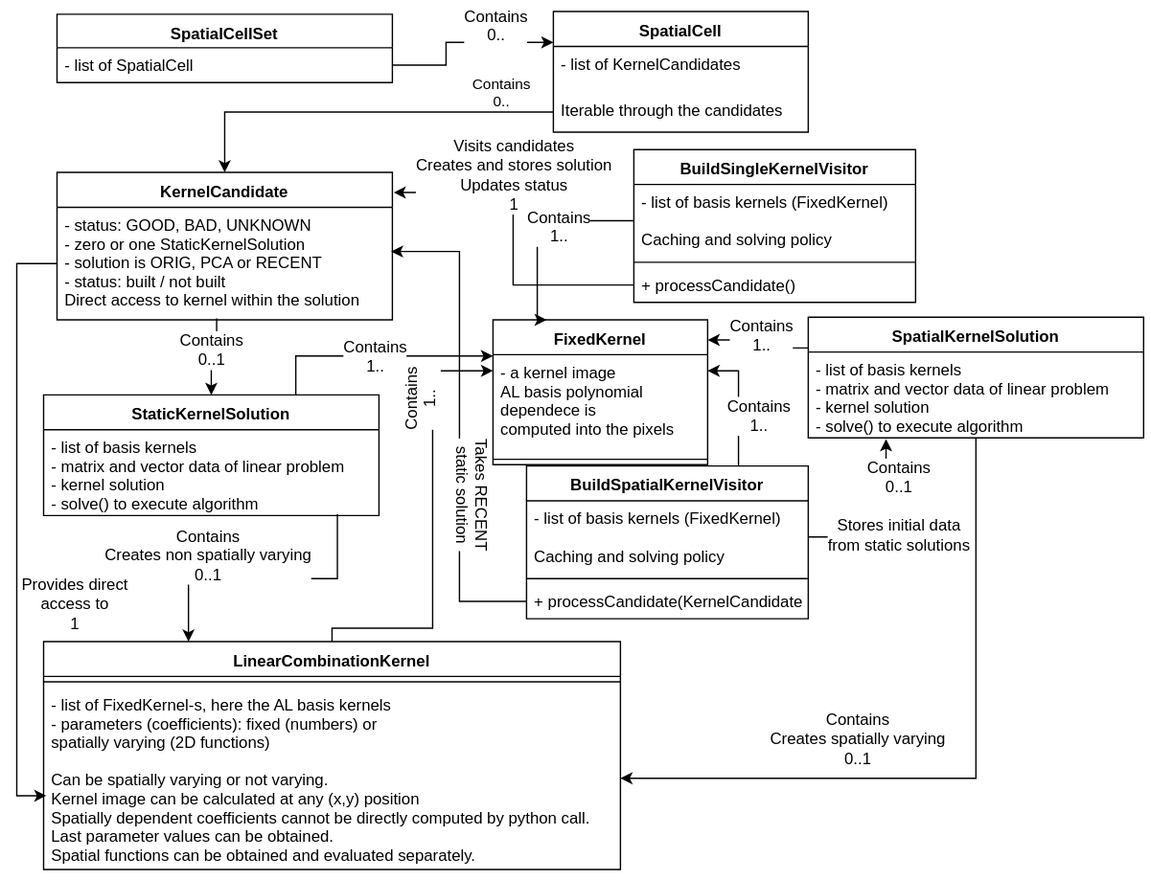
lsst-dm/diffimTests keeps this draw.io diagram as tickets/DM-19443_visualize_coefficients/AL_kernel_solution_classes.svg. Above is the earlier version. Source tidied: cells renumbered, new cells last; positions are measured from the earlier drawing's top-left corner, leaving out a move shared by most shapes.
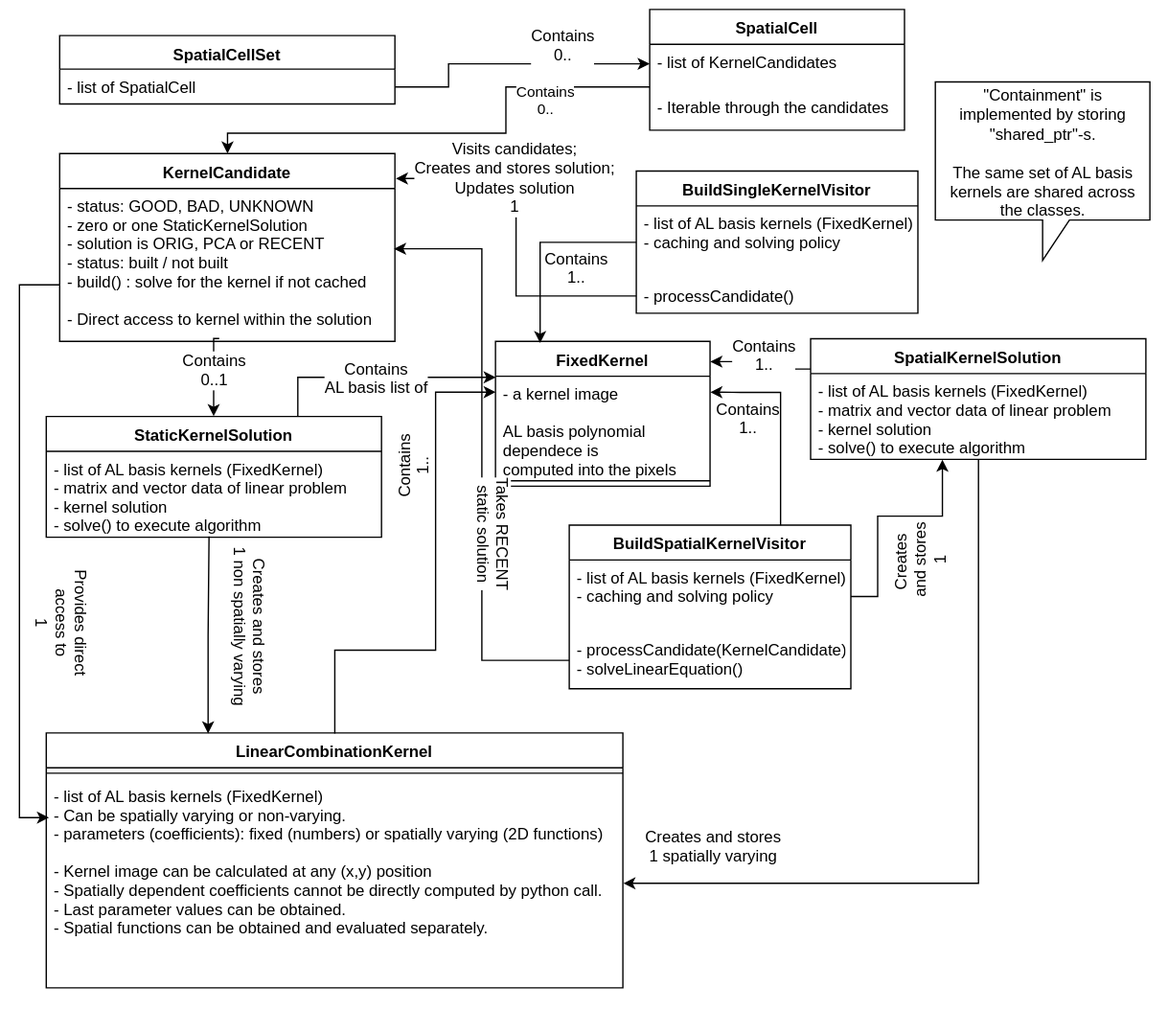
After the commit.

Commit message:
Update AL kernel solution classes.

The edit, as a diff of the source:
```diff
@@ -11,9 +11,9 @@
     <mxCell id="4" value="KernelCandidate" style="swimlane;fontStyle=1;align=center;verticalAlign=top;horizontal=1;startSize=26;" parent="1" vertex="1">
-      <mxGeometry x="30" y="120" width="250" height="110" as="geometry" />
+      <mxGeometry x="30" y="90" width="250" height="140" as="geometry" />
     </mxCell>
-    <mxCell id="5" value="- status: GOOD, BAD, UNKNOWN&#10;- zero or one StaticKernelSolution&#10;- solution is ORIG, PCA or RECENT&#10;- status: built / not built&#10;Direct access to kernel within the solution&#10;&#10;" style="text;strokeColor=none;fillColor=none;align=left;verticalAlign=top;spacingLeft=4;spacingRight=4;overflow=hidden;points=[[0,0.5],[1,0.5]];portConstraint=eastwest;" parent="4" vertex="1">
-      <mxGeometry y="26" width="250" height="84" as="geometry" />
+    <mxCell id="5" value="- status: GOOD, BAD, UNKNOWN&#10;- zero or one StaticKernelSolution&#10;- solution is ORIG, PCA or RECENT&#10;- status: built / not built&#10;- build() : solve for the kernel if not cached&#10;&#10;- Direct access to kernel within the solution&#10;&#10;" style="text;strokeColor=none;fillColor=none;align=left;verticalAlign=top;spacingLeft=4;spacingRight=4;overflow=hidden;points=[[0,0.5],[1,0.5]];portConstraint=eastwest;" parent="4" vertex="1">
+      <mxGeometry y="26" width="250" height="114" as="geometry" />
     </mxCell>
     <mxCell id="6" value="LinearCombinationKernel" style="swimlane;fontStyle=1;align=center;verticalAlign=top;horizontal=1;startSize=26;" parent="1" vertex="1">
-      <mxGeometry x="20" y="470" width="430" height="170" as="geometry" />
+      <mxGeometry x="20" y="522" width="430" height="190" as="geometry" />
     </mxCell>
@@ -22,19 +22,16 @@
     </mxCell>
-    <mxCell id="8" value="- list of FixedKernel-s, here the AL basis kernels&#10;- parameters (coefficients): fixed (numbers) or &#10;spatially varying (2D functions)&#10;&#10;Can be spatially varying or not varying.&#10;Kernel image can be calculated at any (x,y) position&#10;Spatially dependent coefficients cannot be directly computed by python call.&#10;Last parameter values can be obtained.&#10;Spatial functions can be obtained and evaluated separately.&#10;&#10;" style="text;strokeColor=none;fillColor=none;align=left;verticalAlign=top;spacingLeft=4;spacingRight=4;overflow=hidden;points=[[0,0.5],[1,0.5]];portConstraint=eastwest;" parent="6" vertex="1">
-      <mxGeometry y="34" width="430" height="136" as="geometry" />
+    <mxCell id="8" value="- list of AL basis kernels (FixedKernel)&#10;- Can be spatially varying or non-varying. &#10;- parameters (coefficients): fixed (numbers) or spatially varying (2D functions)&#10;&#10;- Kernel image can be calculated at any (x,y) position&#10;- Spatially dependent coefficients cannot be directly computed by python call.&#10;- Last parameter values can be obtained.&#10;- Spatial functions can be obtained and evaluated separately.&#10;&#10;" style="text;strokeColor=none;fillColor=none;align=left;verticalAlign=top;spacingLeft=4;spacingRight=4;overflow=hidden;points=[[0,0.5],[1,0.5]];portConstraint=eastwest;" parent="6" vertex="1">
+      <mxGeometry y="34" width="430" height="156" as="geometry" />
     </mxCell>
     <mxCell id="9" value="BuildSingleKernelVisitor" style="swimlane;fontStyle=1;align=center;verticalAlign=top;horizontal=1;startSize=26;" parent="1" vertex="1">
-      <mxGeometry x="460" y="103" width="210" height="114" as="geometry" />
+      <mxGeometry x="460" y="103" width="210" height="106" as="geometry" />
     </mxCell>
-    <mxCell id="10" value="- list of basis kernels (FixedKernel)&#10;&#10;Caching and solving policy&#10;" style="text;strokeColor=none;fillColor=none;align=left;verticalAlign=top;spacingLeft=4;spacingRight=4;overflow=hidden;points=[[0,0.5],[1,0.5]];portConstraint=eastwest;" parent="9" vertex="1">
+    <mxCell id="10" value="- list of AL basis kernels (FixedKernel)&#10;- caching and solving policy&#10;" style="text;strokeColor=none;fillColor=none;align=left;verticalAlign=top;spacingLeft=4;spacingRight=4;overflow=hidden;points=[[0,0.5],[1,0.5]];portConstraint=eastwest;" parent="9" vertex="1">
       <mxGeometry y="26" width="210" height="54" as="geometry" />
     </mxCell>
-    <mxCell id="11" style="line;strokeWidth=1;fillColor=none;align=left;verticalAlign=middle;spacingTop=-1;spacingLeft=3;spacingRight=3;labelPosition=right;" parent="9" vertex="1">
-      <mxGeometry y="80" width="210" height="8" as="geometry" />
-    </mxCell>
-    <mxCell id="12" value="+ processCandidate()" style="text;strokeColor=none;fillColor=none;align=left;verticalAlign=top;spacingLeft=4;spacingRight=4;overflow=hidden;points=[[0,0.5],[1,0.5]];portConstraint=eastwest;" parent="9" vertex="1">
-      <mxGeometry y="88" width="210" height="26" as="geometry" />
+    <mxCell id="12" value="- processCandidate()" style="text;strokeColor=none;fillColor=none;align=left;verticalAlign=top;spacingLeft=4;spacingRight=4;overflow=hidden;points=[[0,0.5],[1,0.5]];portConstraint=eastwest;" parent="9" vertex="1">
+      <mxGeometry y="80" width="210" height="26" as="geometry" />
     </mxCell>
     <mxCell id="13" value="SpatialCell" style="swimlane;fontStyle=1;align=center;verticalAlign=top;horizontal=1;startSize=26;" parent="1" vertex="1">
-      <mxGeometry x="400" width="190" height="90" as="geometry" />
+      <mxGeometry x="470" y="-17.5" width="190" height="90" as="geometry" />
     </mxCell>
@@ -43,6 +40,6 @@
     </mxCell>
-    <mxCell id="15" value="Iterable through the candidates&#10;" style="text;strokeColor=none;fillColor=none;align=left;verticalAlign=top;spacingLeft=4;spacingRight=4;overflow=hidden;points=[[0,0.5],[1,0.5]];portConstraint=eastwest;" parent="13" vertex="1">
+    <mxCell id="15" value="- Iterable through the candidates&#10;" style="text;strokeColor=none;fillColor=none;align=left;verticalAlign=top;spacingLeft=4;spacingRight=4;overflow=hidden;points=[[0,0.5],[1,0.5]];portConstraint=eastwest;" parent="13" vertex="1">
       <mxGeometry y="60" width="190" height="30" as="geometry" />
     </mxCell>
-    <mxCell id="16" value="Contains&lt;br&gt;1..&lt;br&gt;" style="edgeStyle=orthogonalEdgeStyle;rounded=0;jettySize=auto;html=1;exitX=0.75;exitY=0;exitDx=0;exitDy=0;entryX=0;entryY=0.25;entryDx=0;entryDy=0;fontSize=12;" parent="1" edge="1" source="17" target="19">
+    <mxCell id="16" value="Contains&lt;br&gt;AL basis list of&lt;br&gt;" style="edgeStyle=orthogonalEdgeStyle;rounded=0;jettySize=auto;html=1;exitX=0.75;exitY=0;exitDx=0;exitDy=0;entryX=0;entryY=0.25;entryDx=0;entryDy=0;fontSize=12;" parent="1" edge="1" source="17" target="19">
       <mxGeometry relative="1" as="geometry" />
@@ -52,3 +49,3 @@
     </mxCell>
-    <mxCell id="18" value="- list of basis kernels&#10;- matrix and vector data of linear problem&#10;- kernel solution&#10;- solve() to execute algorithm&#10;" style="text;strokeColor=none;fillColor=none;align=left;verticalAlign=top;spacingLeft=4;spacingRight=4;overflow=hidden;points=[[0,0.5],[1,0.5]];portConstraint=eastwest;" parent="17" vertex="1">
+    <mxCell id="18" value="- list of AL basis kernels (FixedKernel)&#10;- matrix and vector data of linear problem&#10;- kernel solution&#10;- solve() to execute algorithm&#10;" style="text;strokeColor=none;fillColor=none;align=left;verticalAlign=top;spacingLeft=4;spacingRight=4;overflow=hidden;points=[[0,0.5],[1,0.5]];portConstraint=eastwest;" parent="17" vertex="1">
       <mxGeometry y="26" width="250" height="64" as="geometry" />
@@ -58,3 +55,3 @@
     </mxCell>
-    <mxCell id="20" value="- a kernel image&#10;AL basis polynomial &#10;dependece is&#10;computed into the pixels" style="text;strokeColor=none;fillColor=none;align=left;verticalAlign=top;spacingLeft=4;spacingRight=4;overflow=hidden;" parent="19" vertex="1">
+    <mxCell id="20" value="- a kernel image&#10;&#10;AL basis polynomial &#10;dependece is&#10;computed into the pixels" style="text;strokeColor=none;fillColor=none;align=left;verticalAlign=top;spacingLeft=4;spacingRight=4;overflow=hidden;" parent="19" vertex="1">
       <mxGeometry y="26" width="160" height="74" as="geometry" />
@@ -64,3 +61,3 @@
     </mxCell>
-    <mxCell id="22" style="edgeStyle=orthogonalEdgeStyle;rounded=0;jettySize=auto;html=1;exitX=1;exitY=0.5;exitDx=0;exitDy=0;entryX=0;entryY=0.25;entryDx=0;entryDy=0;" parent="1" edge="1" source="3" target="13">
+    <mxCell id="22" style="edgeStyle=orthogonalEdgeStyle;rounded=0;jettySize=auto;html=1;exitX=1;exitY=0.5;exitDx=0;exitDy=0;" parent="1" edge="1" source="3" target="14">
       <mxGeometry relative="1" as="geometry">
@@ -80,5 +77,5 @@
     </mxCell>
-    <mxCell id="25" value="Visits candidates&lt;br&gt;Creates and stores solution&lt;br&gt;Updates status&lt;br&gt;1&lt;br&gt;" style="text;html=1;align=center;verticalAlign=middle;labelBackgroundColor=#ffffff;rotation=0;" parent="24" vertex="1">
+    <mxCell id="25" value="Visits candidates;&lt;br&gt;Creates and stores solution;&lt;br&gt;Updates solution&lt;br&gt;1&lt;br&gt;" style="text;html=1;align=center;verticalAlign=middle;labelBackgroundColor=#ffffff;rotation=0;" parent="24" vertex="1">
       <mxGeometry x="0.34" y="-2" relative="1" as="geometry">
-        <mxPoint x="8" y="-13" as="offset" />
+        <mxPoint x="1" as="offset" />
       </mxGeometry>
@@ -86,3 +83,7 @@
     <mxCell id="26" style="edgeStyle=orthogonalEdgeStyle;rounded=0;jettySize=auto;html=1;entryX=0.5;entryY=0;entryDx=0;entryDy=0;exitX=0.476;exitY=0.984;exitDx=0;exitDy=0;exitPerimeter=0;" parent="1" edge="1" source="5" target="17">
-      <mxGeometry relative="1" as="geometry" />
+      <mxGeometry relative="1" as="geometry">
+        <Array as="points">
+          <mxPoint x="145" y="228" />
+        </Array>
+      </mxGeometry>
     </mxCell>
@@ -93,5 +94,7 @@
     </mxCell>
-    <mxCell id="28" value="Contains&lt;br&gt;0..&lt;br&gt;" style="edgeStyle=orthogonalEdgeStyle;rounded=0;jettySize=auto;html=1;entryX=0.5;entryY=0;entryDx=0;entryDy=0;exitX=0;exitY=0.5;exitDx=0;exitDy=0;" parent="1" edge="1" source="15" target="4">
-      <mxGeometry x="-0.73" y="-15" relative="1" as="geometry">
+    <mxCell id="28" value="Contains&lt;br&gt;0..&lt;br&gt;" style="edgeStyle=orthogonalEdgeStyle;rounded=0;jettySize=auto;html=1;entryX=0.5;entryY=0;entryDx=0;entryDy=0;" parent="1" edge="1" source="13" target="4">
+      <mxGeometry x="-0.58" y="10" relative="1" as="geometry">
         <Array as="points">
+          <mxPoint x="363" y="40" />
+          <mxPoint x="363" y="75" />
           <mxPoint x="155" y="75" />
@@ -101,15 +104,12 @@
     <mxCell id="29" value="BuildSpatialKernelVisitor" style="swimlane;fontStyle=1;align=center;verticalAlign=top;horizontal=1;startSize=26;" parent="1" vertex="1">
-      <mxGeometry x="380" y="339" width="210" height="114" as="geometry" />
+      <mxGeometry x="410" y="367" width="210" height="122" as="geometry" />
     </mxCell>
-    <mxCell id="30" value="- list of basis kernels (FixedKernel)&#10;&#10;Caching and solving policy&#10;" style="text;strokeColor=none;fillColor=none;align=left;verticalAlign=top;spacingLeft=4;spacingRight=4;overflow=hidden;points=[[0,0.5],[1,0.5]];portConstraint=eastwest;" parent="29" vertex="1">
+    <mxCell id="30" value="- list of AL basis kernels (FixedKernel)&#10;- caching and solving policy&#10;" style="text;strokeColor=none;fillColor=none;align=left;verticalAlign=top;spacingLeft=4;spacingRight=4;overflow=hidden;points=[[0,0.5],[1,0.5]];portConstraint=eastwest;" parent="29" vertex="1">
       <mxGeometry y="26" width="210" height="54" as="geometry" />
     </mxCell>
-    <mxCell id="31" style="line;strokeWidth=1;fillColor=none;align=left;verticalAlign=middle;spacingTop=-1;spacingLeft=3;spacingRight=3;labelPosition=right;" parent="29" vertex="1">
-      <mxGeometry y="80" width="210" height="8" as="geometry" />
-    </mxCell>
-    <mxCell id="32" value="+ processCandidate(KernelCandidate)" style="text;strokeColor=none;fillColor=none;align=left;verticalAlign=top;spacingLeft=4;spacingRight=4;overflow=hidden;points=[[0,0.5],[1,0.5]];portConstraint=eastwest;" parent="29" vertex="1">
-      <mxGeometry y="88" width="210" height="26" as="geometry" />
+    <mxCell id="32" value="- processCandidate(KernelCandidate)&#10;- solveLinearEquation()&#10;" style="text;strokeColor=none;fillColor=none;align=left;verticalAlign=top;spacingLeft=4;spacingRight=4;overflow=hidden;points=[[0,0.5],[1,0.5]];portConstraint=eastwest;" parent="29" vertex="1">
+      <mxGeometry y="80" width="210" height="42" as="geometry" />
     </mxCell>
-    <mxCell id="33" value="Contains&lt;br&gt;Creates spatially varying&lt;br style=&quot;font-size: 12px&quot;&gt;0..1&lt;br style=&quot;font-size: 12px&quot;&gt;" style="edgeStyle=orthogonalEdgeStyle;rounded=0;jettySize=auto;html=1;entryX=1;entryY=0.5;entryDx=0;entryDy=0;fontSize=12;" parent="1" edge="1" source="36" target="8">
-      <mxGeometry x="0.32" y="-30" relative="1" as="geometry" />
+    <mxCell id="33" value="Creates and stores&lt;br&gt;1 spatially varying&lt;br style=&quot;font-size: 12px&quot;&gt;" style="edgeStyle=orthogonalEdgeStyle;rounded=0;jettySize=auto;html=1;entryX=1;entryY=0.5;entryDx=0;entryDy=0;fontSize=12;" parent="1" edge="1" source="36" target="8">
+      <mxGeometry x="0.77" y="-28" relative="1" as="geometry" />
     </mxCell>
@@ -132,3 +132,3 @@
     </mxCell>
-    <mxCell id="37" value="- list of basis kernels&#10;- matrix and vector data of linear problem&#10;- kernel solution&#10;- solve() to execute algorithm&#10;" style="text;strokeColor=none;fillColor=none;align=left;verticalAlign=top;spacingLeft=4;spacingRight=4;overflow=hidden;points=[[0,0.5],[1,0.5]];portConstraint=eastwest;" parent="36" vertex="1">
+    <mxCell id="37" value="- list of AL basis kernels (FixedKernel)&#10;- matrix and vector data of linear problem&#10;- kernel solution&#10;- solve() to execute algorithm&#10;" style="text;strokeColor=none;fillColor=none;align=left;verticalAlign=top;spacingLeft=4;spacingRight=4;overflow=hidden;points=[[0,0.5],[1,0.5]];portConstraint=eastwest;" parent="36" vertex="1">
       <mxGeometry y="26" width="250" height="64" as="geometry" />
@@ -147,13 +147,5 @@
       <mxGeometry x="0.72" relative="1" as="geometry">
-        <mxPoint x="-10" y="21" as="offset" />
+        <mxPoint x="-17" y="49" as="offset" />
       </mxGeometry>
     </mxCell>
-    <mxCell id="40" value="Contains&lt;br style=&quot;font-size: 12px&quot;&gt;Creates non spatially varying&lt;br style=&quot;font-size: 12px&quot;&gt;0..1&lt;br style=&quot;font-size: 12px&quot;&gt;" style="edgeStyle=orthogonalEdgeStyle;rounded=0;jettySize=auto;html=1;exitX=0.876;exitY=0.981;exitDx=0;exitDy=0;entryX=0.25;entryY=0;entryDx=0;entryDy=0;fontSize=12;exitPerimeter=0;" parent="1" edge="1" source="18" target="6">
-      <mxGeometry x="0.4" y="-18" relative="1" as="geometry" />
-    </mxCell>
-    <mxCell id="41" value="Contains&lt;br style=&quot;font-size: 12px&quot;&gt;0..1&lt;br&gt;&lt;br&gt;Stores initial data&lt;br&gt;from static solutions&lt;br style=&quot;font-size: 12px&quot;&gt;" style="edgeStyle=orthogonalEdgeStyle;rounded=0;jettySize=auto;html=1;exitX=1;exitY=0.5;exitDx=0;exitDy=0;entryX=0.232;entryY=1.023;entryDx=0;entryDy=0;entryPerimeter=0;fontSize=12;" parent="1" edge="1" source="30" target="37">
-      <mxGeometry x="-0.15" y="12" relative="1" as="geometry">
-        <mxPoint x="12" y="-12" as="offset" />
-      </mxGeometry>
-    </mxCell>
     <mxCell id="42" style="edgeStyle=orthogonalEdgeStyle;rounded=0;jettySize=auto;html=1;exitX=0.75;exitY=0;exitDx=0;exitDy=0;" parent="1" edge="1" source="29">
@@ -168,6 +160,6 @@
       <mxGeometry x="0.29" y="1" relative="1" as="geometry">
-        <mxPoint x="16" y="21" as="offset" />
+        <mxPoint x="-23" y="16.5" as="offset" />
       </mxGeometry>
     </mxCell>
-    <mxCell id="44" style="edgeStyle=orthogonalEdgeStyle;rounded=0;jettySize=auto;html=1;exitX=0;exitY=0.5;exitDx=0;exitDy=0;entryX=0.25;entryY=0;entryDx=0;entryDy=0;" parent="1" edge="1" source="10" target="19">
+    <mxCell id="44" style="edgeStyle=orthogonalEdgeStyle;rounded=0;jettySize=auto;html=1;exitX=0;exitY=0.5;exitDx=0;exitDy=0;entryX=0.206;entryY=0.009;entryDx=0;entryDy=0;entryPerimeter=0;" parent="1" edge="1" source="10" target="19">
       <mxGeometry relative="1" as="geometry">
@@ -179,3 +171,5 @@
     <mxCell id="45" value="Contains&lt;br&gt;1..&lt;br&gt;" style="text;html=1;align=center;verticalAlign=middle;labelBackgroundColor=#ffffff;" parent="44" vertex="1">
-      <mxGeometry x="-0.27" y="3" relative="1" as="geometry" />
+      <mxGeometry x="-0.27" y="3" relative="1" as="geometry">
+        <mxPoint x="9" y="16" as="offset" />
+      </mxGeometry>
     </mxCell>
@@ -189,4 +183,5 @@
     </mxCell>
-    <mxCell id="48" style="edgeStyle=orthogonalEdgeStyle;rounded=0;jettySize=auto;html=1;entryX=0.005;entryY=0.596;entryDx=0;entryDy=0;entryPerimeter=0;" parent="1" edge="1" source="5" target="8">
+    <mxCell id="48" style="edgeStyle=orthogonalEdgeStyle;rounded=0;jettySize=auto;html=1;" parent="1" edge="1" source="5">
       <mxGeometry relative="1" as="geometry">
+        <mxPoint x="22" y="585" as="targetPoint" />
         <Array as="points">
@@ -197,7 +192,39 @@
     </mxCell>
-    <mxCell id="49" value="Provides direct&lt;br&gt;access to&lt;br&gt;1&lt;br&gt;" style="text;html=1;align=center;verticalAlign=middle;labelBackgroundColor=#ffffff;" parent="48" vertex="1">
+    <mxCell id="49" value="Provides direct&lt;br&gt;access to&lt;br&gt;1&lt;br&gt;" style="text;html=1;align=center;verticalAlign=middle;labelBackgroundColor=#ffffff;rotation=90;" parent="48" vertex="1">
       <mxGeometry x="0.1" y="3" relative="1" as="geometry">
-        <mxPoint x="40" y="35" as="offset" />
+        <mxPoint x="30" y="35" as="offset" />
       </mxGeometry>
     </mxCell>
+    <mxCell id="50" style="edgeStyle=orthogonalEdgeStyle;rounded=0;jettySize=auto;html=1;" parent="1" edge="1" source="30">
+      <mxGeometry relative="1" as="geometry">
+        <mxPoint x="688" y="318" as="targetPoint" />
+        <Array as="points">
+          <mxPoint x="640" y="420" />
+          <mxPoint x="640" y="360" />
+          <mxPoint x="688" y="360" />
+        </Array>
+      </mxGeometry>
+    </mxCell>
+    <mxCell id="51" value="Creates&amp;nbsp;&lt;br&gt;and stores&lt;br&gt;1&lt;br&gt;" style="text;html=1;align=center;verticalAlign=middle;labelBackgroundColor=#ffffff;rotation=-90;" parent="50" vertex="1">
+      <mxGeometry x="0.04" y="3" relative="1" as="geometry">
+        <mxPoint x="21.5" y="36" as="offset" />
+      </mxGeometry>
+    </mxCell>
+    <mxCell id="52" value="&quot;Containment&quot; is implemented by storing &quot;shared_ptr&quot;-s. &lt;br&gt;&lt;br&gt;The same set of AL basis kernels are shared across the classes.&lt;br&gt;" style="shape=callout;whiteSpace=wrap;html=1;perimeter=calloutPerimeter;" parent="1" vertex="1">
+      <mxGeometry x="683" y="36.5" width="160" height="133" as="geometry" />
+    </mxCell>
+    <mxCell id="53" style="edgeStyle=orthogonalEdgeStyle;rounded=0;jettySize=auto;html=1;exitX=0.486;exitY=0.991;exitDx=0;exitDy=0;exitPerimeter=0;" parent="1" edge="1" source="18">
+      <mxGeometry relative="1" as="geometry">
+        <mxPoint x="141" y="522" as="targetPoint" />
+        <Array as="points">
+          <mxPoint x="141" y="449" />
+          <mxPoint x="141" y="522" />
+        </Array>
+      </mxGeometry>
+    </mxCell>
+    <mxCell id="54" value="Creates and stores&lt;br&gt;1 non spatially varying" style="text;html=1;align=center;verticalAlign=middle;labelBackgroundColor=#ffffff;rotation=90;" parent="53" vertex="1">
+      <mxGeometry x="-0.3" y="1" relative="1" as="geometry">
+        <mxPoint x="30.5" y="15" as="offset" />
+      </mxGeometry>
+    </mxCell>
   </root>
```
